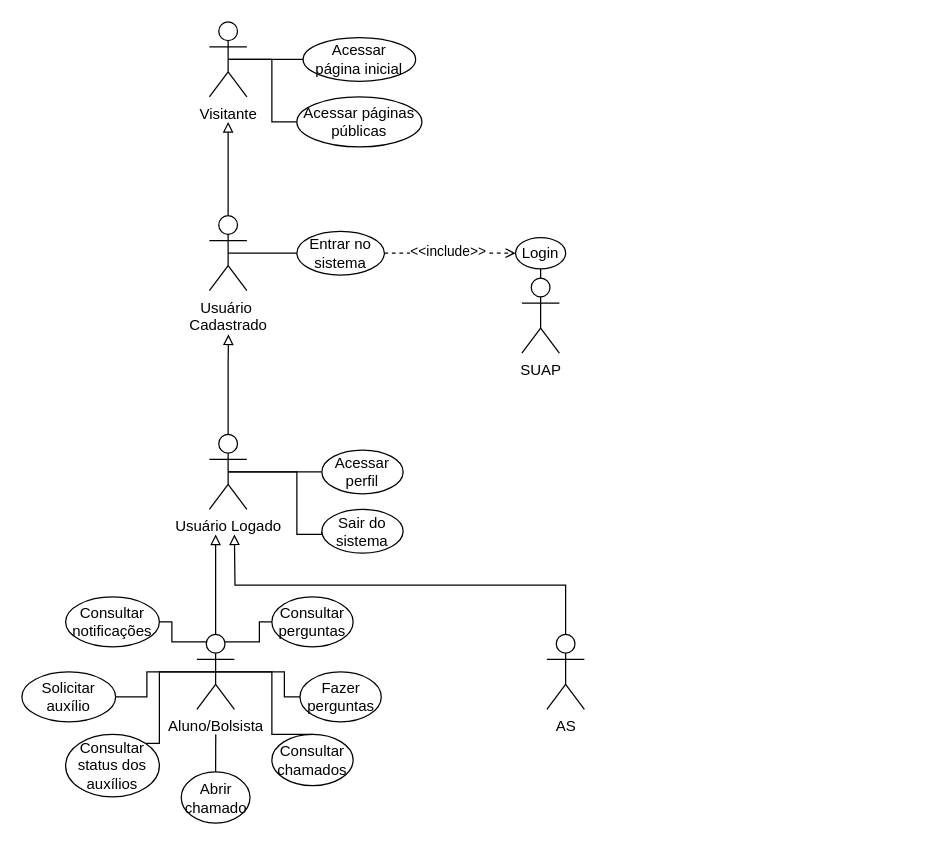
Above: Diagrama sem nome.drawio in josephyaraujo/happy_bakery (draw.io), before the change. Source tidied: cells renumbered, new cells numbered last; positions are measured from the earlier drawing's top-left corner, leaving out a move shared by most shapes. Both pictures are drawn from the tidied source at 125%, with x=0, y=0 at pixel (21, 21).
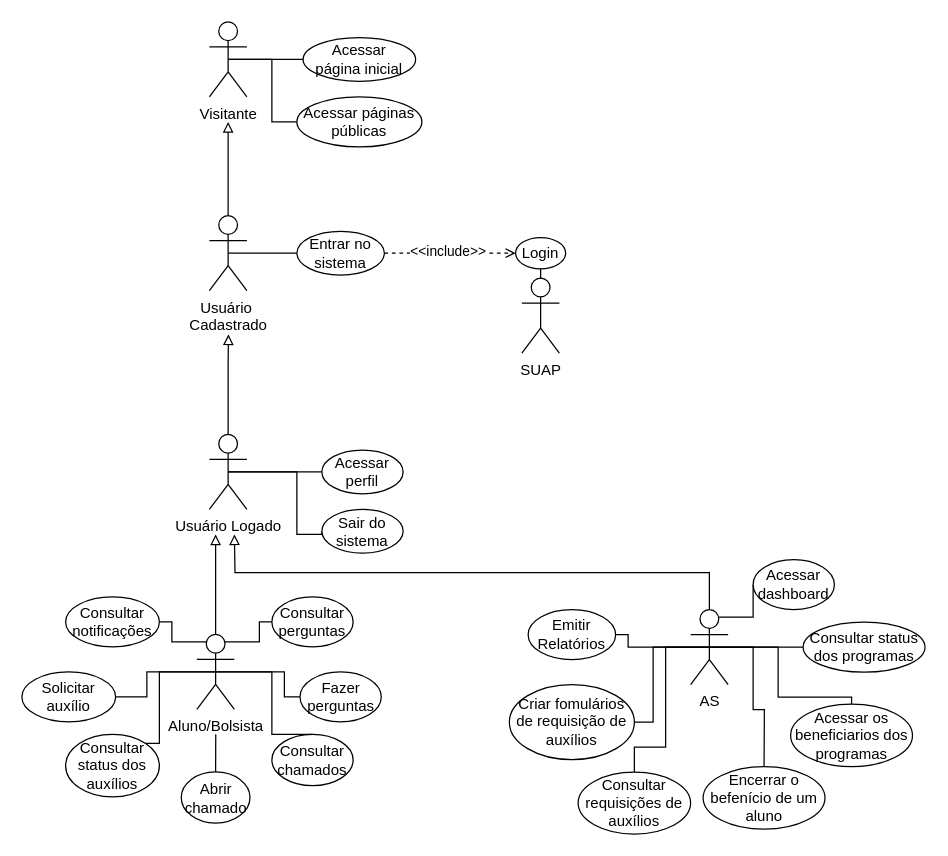
After the change.

What changed in the source:
```diff
@@
+    <mxCell id="40" style="edgeStyle=orthogonalEdgeStyle;rounded=0;jettySize=auto;html=1;exitX=0.75;exitY=0.1;exitDx=0;exitDy=0;exitPerimeter=0;entryX=0;entryY=0.5;entryDx=0;entryDy=0;endArrow=none;startFill=0;" parent="1" edge="1" source="6" target="47">
+      <mxGeometry relative="1" as="geometry" />
+    </mxCell>
+    <mxCell id="41" style="edgeStyle=orthogonalEdgeStyle;rounded=0;jettySize=auto;html=1;exitX=0.5;exitY=0.5;exitDx=0;exitDy=0;exitPerimeter=0;entryX=0;entryY=0.5;entryDx=0;entryDy=0;endArrow=none;startFill=0;" parent="1" edge="1" source="6" target="48">
+      <mxGeometry relative="1" as="geometry" />
+    </mxCell>
+    <mxCell id="42" style="edgeStyle=orthogonalEdgeStyle;rounded=0;jettySize=auto;html=1;exitX=0.5;exitY=0.5;exitDx=0;exitDy=0;exitPerimeter=0;entryX=0.5;entryY=0;entryDx=0;entryDy=0;endArrow=none;startFill=0;" parent="1" edge="1" source="6" target="49">
+      <mxGeometry relative="1" as="geometry">
+        <Array as="points">
+          <mxPoint x="605" y="500.2" />
+          <mxPoint x="605" y="540.2" />
+        </Array>
+      </mxGeometry>
+    </mxCell>
+    <mxCell id="43" style="edgeStyle=orthogonalEdgeStyle;rounded=0;jettySize=auto;html=1;exitX=0.5;exitY=0.5;exitDx=0;exitDy=0;exitPerimeter=0;endArrow=none;startFill=0;" parent="1" edge="1" source="6" target="50">
+      <mxGeometry relative="1" as="geometry">
+        <Array as="points">
+          <mxPoint x="585" y="500.2" />
+          <mxPoint x="585" y="550.2" />
+          <mxPoint x="594" y="550.2" />
+        </Array>
+      </mxGeometry>
+    </mxCell>
+    <mxCell id="44" style="edgeStyle=orthogonalEdgeStyle;rounded=0;jettySize=auto;html=1;exitX=0.5;exitY=0.5;exitDx=0;exitDy=0;exitPerimeter=0;entryX=1;entryY=0.5;entryDx=0;entryDy=0;endArrow=none;startFill=0;" parent="1" edge="1" source="6" target="53">
+      <mxGeometry relative="1" as="geometry">
+        <Array as="points">
+          <mxPoint x="485" y="500.2" />
+          <mxPoint x="485" y="490.2" />
+        </Array>
+      </mxGeometry>
+    </mxCell>
+    <mxCell id="45" style="edgeStyle=orthogonalEdgeStyle;rounded=0;jettySize=auto;html=1;exitX=0.5;exitY=0.5;exitDx=0;exitDy=0;exitPerimeter=0;entryX=1;entryY=0.5;entryDx=0;entryDy=0;endArrow=none;startFill=0;" parent="1" edge="1" source="6" target="52">
+      <mxGeometry relative="1" as="geometry">
+        <Array as="points">
+          <mxPoint x="505" y="500.2" />
+          <mxPoint x="505" y="560.2" />
+        </Array>
+      </mxGeometry>
+    </mxCell>
+    <mxCell id="46" style="edgeStyle=orthogonalEdgeStyle;rounded=0;jettySize=auto;html=1;exitX=0.5;exitY=0.5;exitDx=0;exitDy=0;exitPerimeter=0;entryX=0.5;entryY=0;entryDx=0;entryDy=0;endArrow=none;startFill=0;" parent="1" edge="1" source="6" target="51">
+      <mxGeometry relative="1" as="geometry">
+        <Array as="points">
+          <mxPoint x="515" y="500.2" />
+          <mxPoint x="515" y="580.2" />
+          <mxPoint x="490" y="580.2" />
+        </Array>
+      </mxGeometry>
+    </mxCell>
     <mxCell id="6" value="AS" style="shape=umlActor;verticalLabelPosition=bottom;verticalAlign=top;html=1;outlineConnect=0;" parent="1" vertex="1">
-      <mxGeometry x="420" y="490" width="30" height="60" as="geometry" />
+      <mxGeometry x="535" y="470.2" width="30" height="60" as="geometry" />
     </mxCell>
@@
+    <mxCell id="47" value="Acessar dashboard" style="ellipse;whiteSpace=wrap;html=1;" parent="1" vertex="1">
+      <mxGeometry x="585" y="430.2" width="65" height="40" as="geometry" />
+    </mxCell>
+    <mxCell id="48" value="Consultar status dos programas" style="ellipse;whiteSpace=wrap;html=1;" parent="1" vertex="1">
+      <mxGeometry x="625" y="480.2" width="97.5" height="40" as="geometry" />
+    </mxCell>
+    <mxCell id="49" value="Acessar os beneficiarios dos programas" style="ellipse;whiteSpace=wrap;html=1;" parent="1" vertex="1">
+      <mxGeometry x="615" y="545.8" width="97.5" height="50" as="geometry" />
+    </mxCell>
+    <mxCell id="50" value="Encerrar o befenício de um aluno" style="ellipse;whiteSpace=wrap;html=1;" parent="1" vertex="1">
+      <mxGeometry x="545" y="595.8" width="97.5" height="50" as="geometry" />
+    </mxCell>
+    <mxCell id="51" value="Consultar requisições de auxílios" style="ellipse;whiteSpace=wrap;html=1;" parent="1" vertex="1">
+      <mxGeometry x="445" y="600.2" width="90" height="49.5" as="geometry" />
+    </mxCell>
+    <mxCell id="52" value="Criar fomulários de requisição de auxílios" style="ellipse;whiteSpace=wrap;html=1;" parent="1" vertex="1">
+      <mxGeometry x="390" y="530.2" width="100" height="60" as="geometry" />
+    </mxCell>
+    <mxCell id="53" value="Emitir Relatórios" style="ellipse;whiteSpace=wrap;html=1;" parent="1" vertex="1">
+      <mxGeometry x="405" y="470.2" width="70" height="40" as="geometry" />
+    </mxCell>
```
